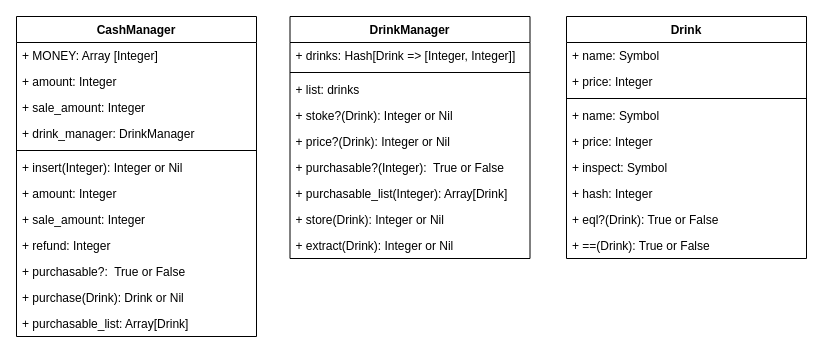
Above: images/class.drawio in fumtas1k/tddbc_ft (draw.io), before the change. Source tidied: cells renumbered, new cells numbered last; positions are measured from the earlier drawing's top-left corner, leaving out a move shared by most shapes. Both pictures are drawn from the tidied source at 100%, with x=0, y=0 at pixel (16, 16).
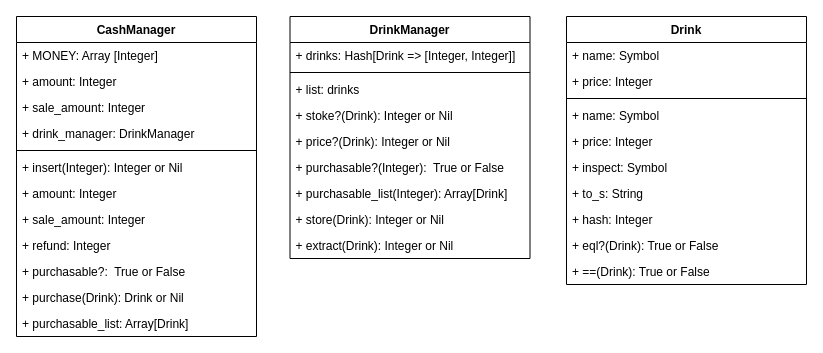
The same diagram, later.

Diff of the diagram source:
```diff
@@
     <mxCell id="25" value="Drink" style="swimlane;fontStyle=1;align=center;verticalAlign=top;horizontal=1;startSize=26;" parent="1" vertex="1">
-      <mxGeometry x="550" width="240" height="242" as="geometry" />
+      <mxGeometry x="550" width="240" height="268" as="geometry" />
     </mxCell>
@@
+    <mxCell id="35" value="+ to_s: String" style="text;strokeColor=none;fillColor=none;align=left;verticalAlign=top;spacingLeft=4;spacingRight=4;overflow=hidden;" parent="25" vertex="1">
+      <mxGeometry y="164" width="240" height="26" as="geometry" />
+    </mxCell>
     <mxCell id="32" value="+ hash: Integer" style="text;strokeColor=none;fillColor=none;align=left;verticalAlign=top;spacingLeft=4;spacingRight=4;overflow=hidden;" parent="25" vertex="1">
-      <mxGeometry y="164" width="240" height="26" as="geometry" />
+      <mxGeometry y="190" width="240" height="26" as="geometry" />
     </mxCell>
     <mxCell id="33" value="+ eql?(Drink): True or False" style="text;strokeColor=none;fillColor=none;align=left;verticalAlign=top;spacingLeft=4;spacingRight=4;overflow=hidden;" parent="25" vertex="1">
-      <mxGeometry y="190" width="240" height="26" as="geometry" />
+      <mxGeometry y="216" width="240" height="26" as="geometry" />
     </mxCell>
     <mxCell id="34" value="+ ==(Drink): True or False" style="text;strokeColor=none;fillColor=none;align=left;verticalAlign=top;spacingLeft=4;spacingRight=4;overflow=hidden;" parent="25" vertex="1">
-      <mxGeometry y="216" width="240" height="26" as="geometry" />
+      <mxGeometry y="242" width="240" height="26" as="geometry" />
     </mxCell>
```
